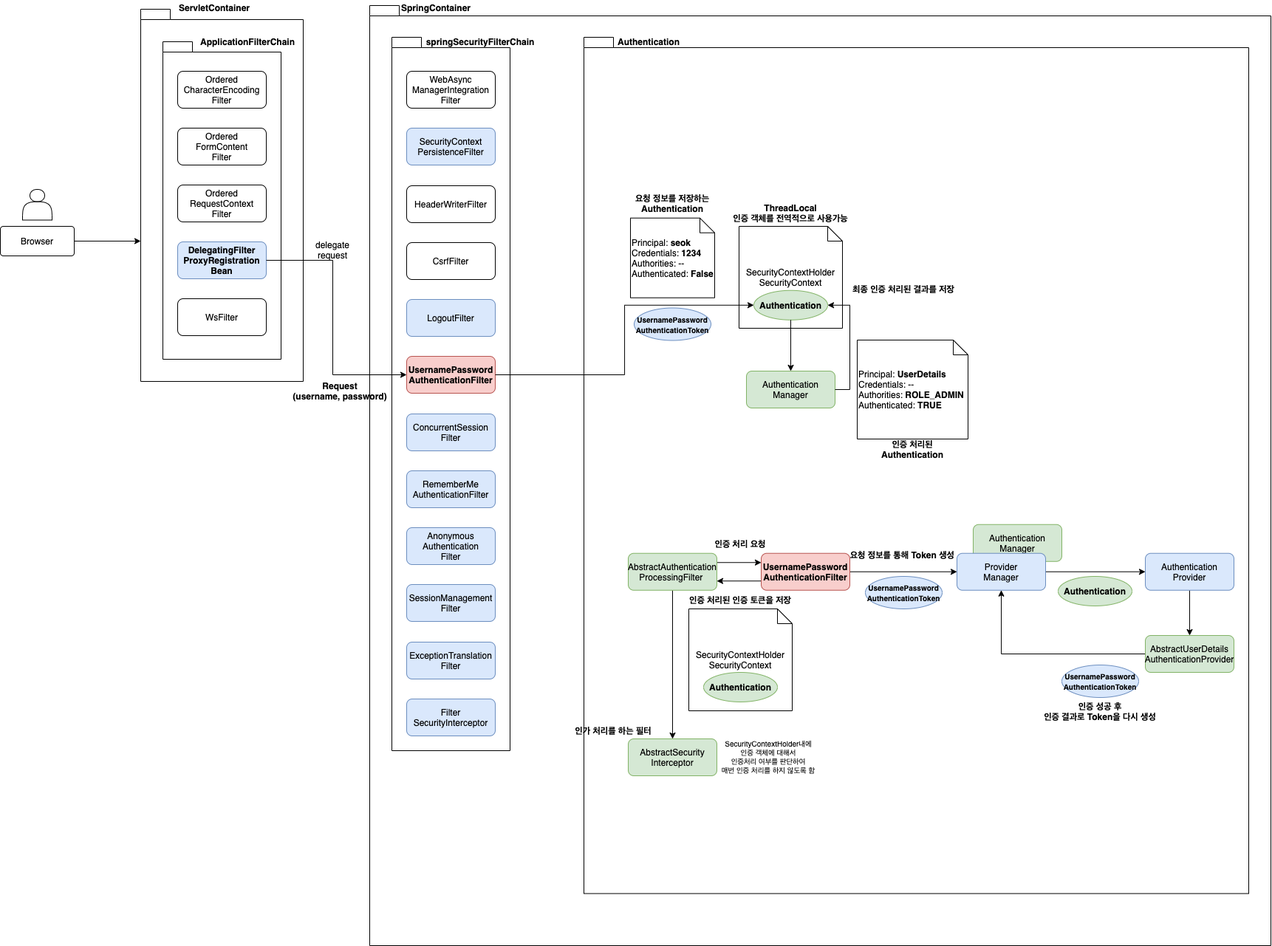
The draw.io diagram docs/img/flow/flow_Authentication.png in spring-org/spring-security, before a commit. Source tidied: cells renumbered, new cells last; positions are measured from the earlier drawing's top-left corner, leaving out a move shared by most shapes.
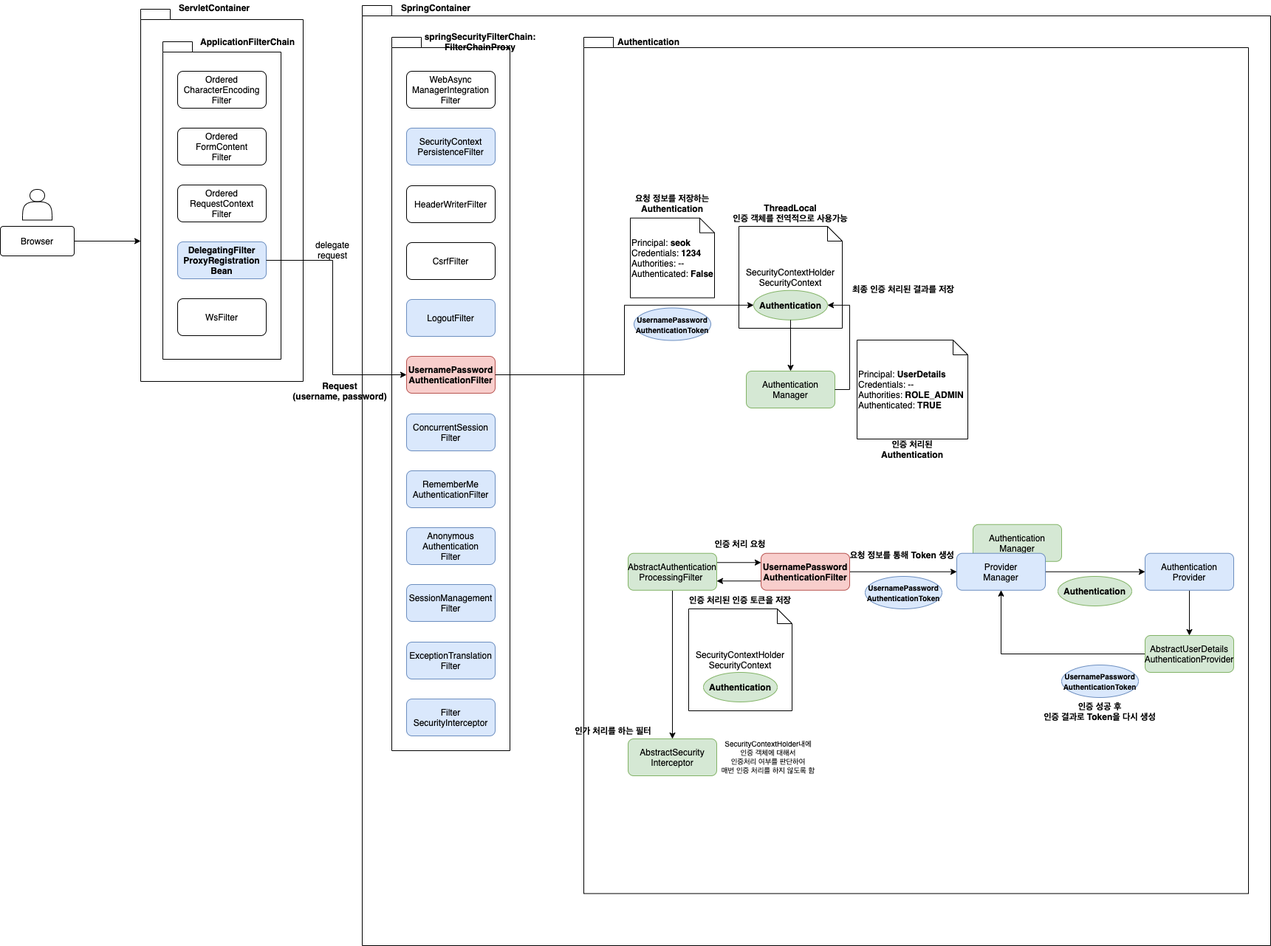
The same file after the commit.

What changed in the source:
```diff
@@ -3,7 +3,7 @@
     <mxCell id="0" />
     <mxCell id="1" parent="0" />
     <mxCell id="2" style="shape=folder;fontStyle=1;spacingTop=10;tabWidth=40;tabHeight=14;tabPosition=left;html=1;fontSize=12;" parent="1" vertex="1">
-      <mxGeometry x="500" y="7" width="1220" height="1273" as="geometry" />
+      <mxGeometry x="490" y="7" width="1230" height="1273" as="geometry" />
     </mxCell>
     <mxCell id="3" style="shape=folder;fontStyle=1;spacingTop=10;tabWidth=40;tabHeight=14;tabPosition=left;html=1;fontSize=12;" parent="1" vertex="1">
       <mxGeometry x="190" y="12" width="220" height="504" as="geometry" />
@@ -38,7 +38,7 @@
     <mxCell id="13" value="&lt;span id=&quot;docs-internal-guid-8b3854a5-7fff-3813-f331-c196873f67ac&quot; style=&quot;font-size: 12px;&quot;&gt;&lt;font style=&quot;font-size: 12px;&quot;&gt;&lt;p class=&quot;p1&quot; style=&quot;margin: 0px; font-stretch: normal; line-height: normal; font-size: 12px;&quot;&gt;Anonymous&lt;/p&gt;&lt;p class=&quot;p1&quot; style=&quot;margin: 0px; font-stretch: normal; line-height: normal; font-size: 12px;&quot;&gt;Authentication&lt;/p&gt;&lt;p class=&quot;p1&quot; style=&quot;margin: 0px; font-stretch: normal; line-height: normal; font-size: 12px;&quot;&gt;Filter&lt;/p&gt;&lt;/font&gt;&lt;/span&gt;" style="rounded=1;whiteSpace=wrap;html=1;fontSize=12;fillColor=#dae8fc;strokeColor=#6c8ebf;" parent="1" vertex="1">
       <mxGeometry x="550" y="714" width="120" height="50" as="geometry" />
     </mxCell>
-    <mxCell id="14" value="springSecurityFilterChain" style="text;html=1;strokeColor=none;fillColor=none;align=center;verticalAlign=middle;whiteSpace=wrap;rounded=0;fontStyle=1;fontSize=12;" parent="1" vertex="1">
+    <mxCell id="14" value="springSecurityFilterChain: FilterChainProxy" style="text;html=1;strokeColor=none;fillColor=none;align=center;verticalAlign=middle;whiteSpace=wrap;rounded=0;fontStyle=1;fontSize=12;" parent="1" vertex="1">
       <mxGeometry x="630" y="46" width="40" height="20" as="geometry" />
     </mxCell>
     <mxCell id="15" style="shape=folder;fontStyle=0;spacingTop=10;tabWidth=40;tabHeight=14;tabPosition=left;html=1;fontSize=12;" parent="1" vertex="1">
```
